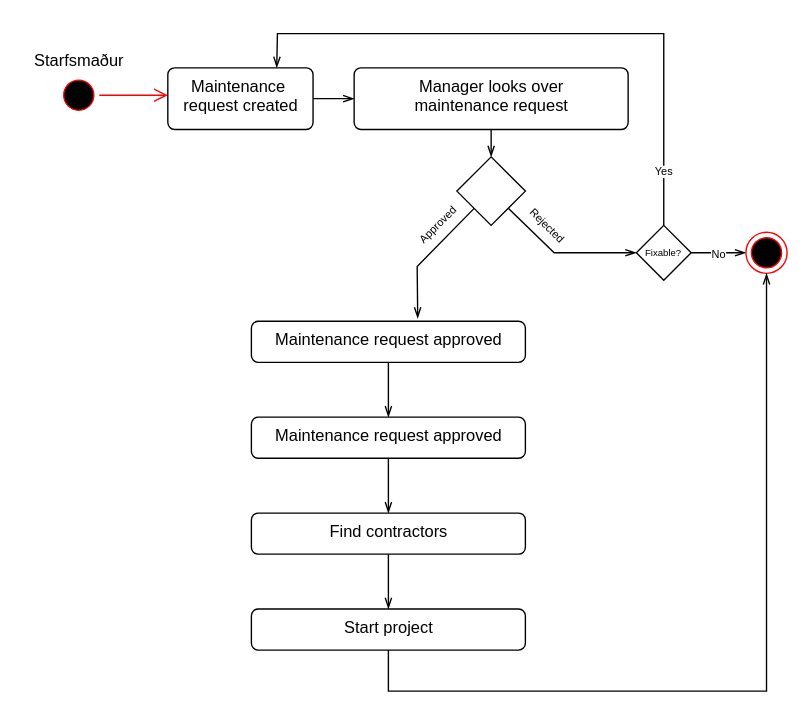
Sesslja/Verklegtnamskeid-1 keeps this draw.io diagram as design/rit/Stodurit - Maintenance - NaN Air.drawio. Above is the earlier version. Source tidied: cells renumbered, new cells numbered last; positions are measured from the earlier drawing's top-left corner, leaving out a move shared by most shapes. Both pictures are drawn from the tidied source at 137%, with x=0, y=0 at pixel (23, 33).
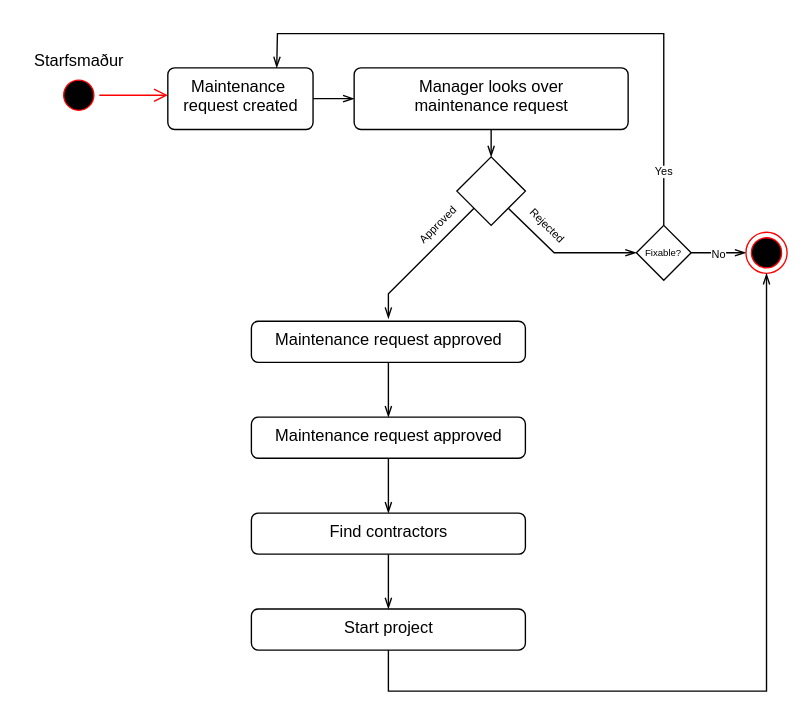
Above is the later version.

Commit message:
State diagram - Maintenance

The change refers to these unchanged cells:
```xml
<mxCell id="8" value="Maintenance request approved" style="html=1;align=center;verticalAlign=top;rounded=1;absoluteArcSize=1;arcSize=10;dashed=0;" parent="1" vertex="1">
  <mxGeometry x="166" y="210" width="200" height="30" as="geometry" />
</mxCell>
<mxCell id="11" style="rhombus;whiteSpace=wrap;html=1;" parent="1" vertex="1">
  <mxGeometry x="316" y="90" width="50" height="50" as="geometry" />
</mxCell>
```

The edit, as a diff of the source:
```diff
@@
-    <mxCell id="9" style="edgeStyle=none;html=1;endArrow=openThin;endFill=0;entryX=0.607;entryY=-0.071;entryDx=0;entryDy=0;entryPerimeter=0;rounded=0;" parent="1" edge="1" source="11" target="8">
+    <mxCell id="9" style="edgeStyle=none;html=1;endArrow=openThin;endFill=0;rounded=0;" parent="1" edge="1" source="11">
       <mxGeometry relative="1" as="geometry">
+        <mxPoint x="266" y="208" as="targetPoint" />
         <Array as="points">
-          <mxPoint x="287" y="170" />
+          <mxPoint x="266" y="190" />
         </Array>
       </mxGeometry>
     </mxCell>
```
